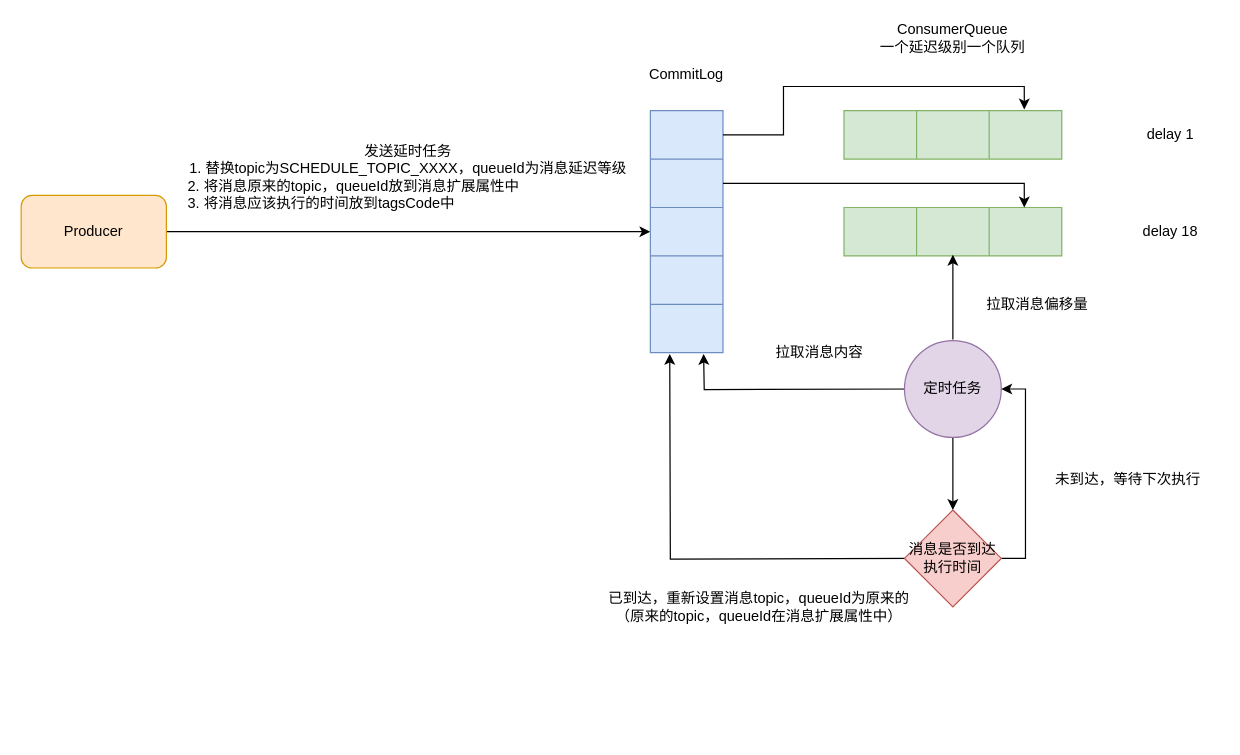
erlieStar/diagrams keeps this draw.io diagram as rocketmq/定时消息原理.drawio. Above is the earlier version. Source tidied: cells renumbered, new cells numbered last; positions are measured from the earlier drawing's top-left corner, leaving out a move shared by most shapes. Both pictures are drawn from the tidied source at 121%, with x=0, y=0 at pixel (21, 25).
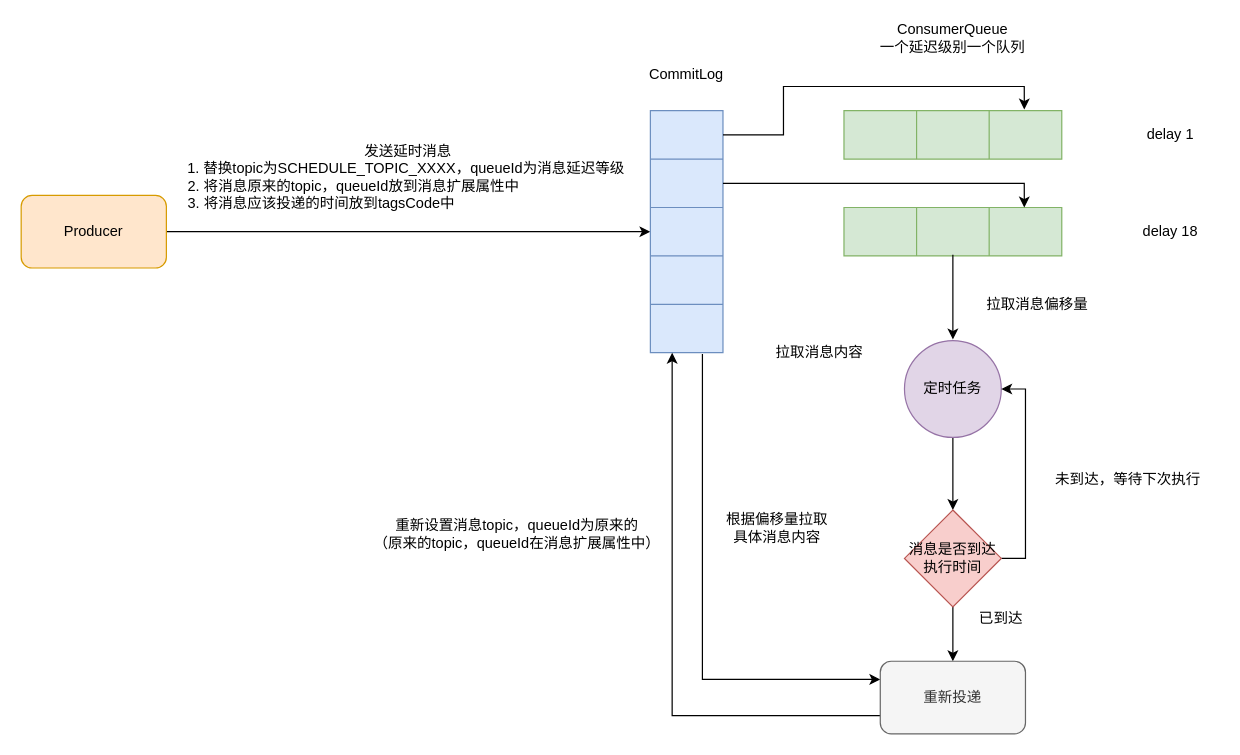
After the change.

Commit message:
Update 定时消息原理.drawio

Unchanged cells that the change refers to:
```xml
<mxCell id="13" style="shape=partialRectangle;html=1;whiteSpace=wrap;fillColor=none;top=0;left=0;bottom=0;right=0;points=[[0,0.5],[1,0.5]];portConstraint=eastwest;" parent="4" vertex="1">
  <mxGeometry y="160" width="60" height="40" as="geometry" />
</mxCell>
<mxCell id="38" value="消息是否到达执行时间" style="rhombus;whiteSpace=wrap;html=1;fillColor=#f8cecc;strokeColor=#b85450;" parent="1" vertex="1">
  <mxGeometry x="730" y="400" width="80" height="80" as="geometry" />
</mxCell>
```

Diff of the diagram source:
```diff
@@
-    <mxCell id="15" value="&lt;div&gt;发送延时任务&lt;/div&gt;&lt;div&gt;1. 替换topic为SCHEDULE_TOPIC_XXXX，queueId为消息延迟等级&lt;/div&gt;&lt;div&gt;2. 将消息原来的topic，queueId放到消息扩展属性中&amp;nbsp; &amp;nbsp; &amp;nbsp; &amp;nbsp; &amp;nbsp; &amp;nbsp; &amp;nbsp; &amp;nbsp; &amp;nbsp; &amp;nbsp; &amp;nbsp; &amp;nbsp; &amp;nbsp; &amp;nbsp;&lt;/div&gt;&lt;div&gt;3. 将消息应该执行的时间放到tagsCode中&amp;nbsp; &amp;nbsp; &amp;nbsp; &amp;nbsp; &amp;nbsp; &amp;nbsp; &amp;nbsp; &amp;nbsp; &amp;nbsp; &amp;nbsp; &amp;nbsp; &amp;nbsp; &amp;nbsp; &amp;nbsp; &amp;nbsp; &amp;nbsp; &amp;nbsp; &amp;nbsp; &amp;nbsp; &amp;nbsp; &amp;nbsp; &amp;nbsp;&lt;/div&gt;" style="text;html=1;strokeColor=none;fillColor=none;align=center;verticalAlign=middle;whiteSpace=wrap;rounded=0;" parent="1" vertex="1">
+    <mxCell id="15" value="&lt;div&gt;发送延时消息&lt;/div&gt;&lt;div&gt;1. 替换topic为SCHEDULE_TOPIC_XXXX，queueId为消息延迟等级&amp;nbsp;&lt;/div&gt;&lt;div&gt;2. 将消息原来的topic，queueId放到消息扩展属性中&amp;nbsp; &amp;nbsp; &amp;nbsp; &amp;nbsp; &amp;nbsp; &amp;nbsp; &amp;nbsp; &amp;nbsp; &amp;nbsp; &amp;nbsp; &amp;nbsp; &amp;nbsp; &amp;nbsp; &amp;nbsp;&lt;/div&gt;&lt;div&gt;3. 将消息应该投递的时间放到tagsCode中&amp;nbsp; &amp;nbsp; &amp;nbsp; &amp;nbsp; &amp;nbsp; &amp;nbsp; &amp;nbsp; &amp;nbsp; &amp;nbsp; &amp;nbsp; &amp;nbsp; &amp;nbsp; &amp;nbsp; &amp;nbsp; &amp;nbsp; &amp;nbsp; &amp;nbsp; &amp;nbsp; &amp;nbsp; &amp;nbsp; &amp;nbsp; &amp;nbsp;&lt;/div&gt;" style="text;html=1;strokeColor=none;fillColor=none;align=center;verticalAlign=middle;whiteSpace=wrap;rounded=0;" parent="1" vertex="1">
       <mxGeometry x="130" y="120" width="380" height="10" as="geometry" />
     </mxCell>
@@
-    <mxCell id="32" style="edgeStyle=orthogonalEdgeStyle;rounded=0;orthogonalLoop=1;jettySize=auto;html=1;exitX=0.5;exitY=0;exitDx=0;exitDy=0;" parent="1" edge="1">
+    <mxCell id="32" style="edgeStyle=orthogonalEdgeStyle;rounded=0;orthogonalLoop=1;jettySize=auto;html=1;exitX=0.5;exitY=0;exitDx=0;exitDy=0;startArrow=classic;startFill=1;endArrow=none;endFill=0;" parent="1" edge="1">
       <mxGeometry relative="1" as="geometry">
         <mxPoint x="770" y="259" as="sourcePoint" />
         <mxPoint x="770" y="189" as="targetPoint" />
       </mxGeometry>
     </mxCell>
-    <mxCell id="33" style="edgeStyle=orthogonalEdgeStyle;rounded=0;orthogonalLoop=1;jettySize=auto;html=1;exitX=0;exitY=0.5;exitDx=0;exitDy=0;entryX=0.45;entryY=1.025;entryDx=0;entryDy=0;entryPerimeter=0;" parent="1" edge="1">
-      <mxGeometry relative="1" as="geometry">
-        <mxPoint x="747" y="300" as="sourcePoint" />
-        <mxPoint x="564" y="271" as="targetPoint" />
-      </mxGeometry>
-    </mxCell>
@@
-    <mxCell id="37" style="edgeStyle=orthogonalEdgeStyle;rounded=0;orthogonalLoop=1;jettySize=auto;html=1;exitX=0;exitY=0.5;exitDx=0;exitDy=0;entryX=0.167;entryY=1.025;entryDx=0;entryDy=0;entryPerimeter=0;" parent="1" edge="1">
-      <mxGeometry relative="1" as="geometry">
-        <mxPoint x="736" y="440" as="sourcePoint" />
-        <mxPoint x="536" y="271" as="targetPoint" />
-      </mxGeometry>
-    </mxCell>
+    <mxCell id="43" style="edgeStyle=orthogonalEdgeStyle;rounded=0;jettySize=auto;html=1;exitX=0.5;exitY=1;exitDx=0;exitDy=0;entryX=0.5;entryY=0;entryDx=0;entryDy=0;startArrow=none;startFill=0;endArrow=classic;endFill=1;" parent="1" edge="1" source="38" target="46">
+      <mxGeometry relative="1" as="geometry" />
+    </mxCell>
@@
-    <mxCell id="42" value="&lt;div&gt;已到达，重新设置消息topic，queueId为原来的&lt;/div&gt;&lt;div&gt;（原来的topic，queueId在消息扩展属性中）&lt;/div&gt;" style="text;html=1;strokeColor=none;fillColor=none;align=center;verticalAlign=middle;whiteSpace=wrap;rounded=0;" parent="1" vertex="1">
-      <mxGeometry x="470" y="460" width="280" height="40" as="geometry" />
+    <mxCell id="42" value="&lt;div&gt;重新设置消息topic，queueId为原来的&lt;/div&gt;&lt;div&gt;（原来的topic，queueId在消息扩展属性中）&lt;/div&gt;" style="text;html=1;strokeColor=none;fillColor=none;align=center;verticalAlign=middle;whiteSpace=wrap;rounded=0;" parent="1" vertex="1">
+      <mxGeometry x="270" y="400" width="280" height="40" as="geometry" />
     </mxCell>
+    <mxCell id="44" style="edgeStyle=orthogonalEdgeStyle;rounded=0;jettySize=auto;html=1;exitX=0;exitY=0.25;exitDx=0;exitDy=0;entryX=0.717;entryY=1.025;entryDx=0;entryDy=0;entryPerimeter=0;startArrow=classic;startFill=1;endArrow=none;endFill=0;" parent="1" edge="1" source="46" target="13">
+      <mxGeometry relative="1" as="geometry" />
+    </mxCell>
+    <mxCell id="45" style="edgeStyle=orthogonalEdgeStyle;rounded=0;jettySize=auto;html=1;exitX=0;exitY=0.75;exitDx=0;exitDy=0;entryX=0.3;entryY=1;entryDx=0;entryDy=0;entryPerimeter=0;startArrow=none;startFill=0;endArrow=classic;endFill=1;" parent="1" edge="1" source="46" target="13">
+      <mxGeometry relative="1" as="geometry" />
+    </mxCell>
+    <mxCell id="46" value="重新投递" style="rounded=1;whiteSpace=wrap;html=1;fillColor=#f5f5f5;strokeColor=#666666;fontColor=#333333;" parent="1" vertex="1">
+      <mxGeometry x="710" y="525" width="120" height="60" as="geometry" />
+    </mxCell>
+    <mxCell id="47" value="已到达" style="text;html=1;strokeColor=none;fillColor=none;align=center;verticalAlign=middle;whiteSpace=wrap;rounded=0;" parent="1" vertex="1">
+      <mxGeometry x="790" y="480" width="40" height="20" as="geometry" />
+    </mxCell>
+    <mxCell id="48" value="根据偏移量拉取&lt;br&gt;具体消息内容" style="text;html=1;strokeColor=none;fillColor=none;align=center;verticalAlign=middle;whiteSpace=wrap;rounded=0;" parent="1" vertex="1">
+      <mxGeometry x="580" y="400" width="90" height="30" as="geometry" />
+    </mxCell>
```
